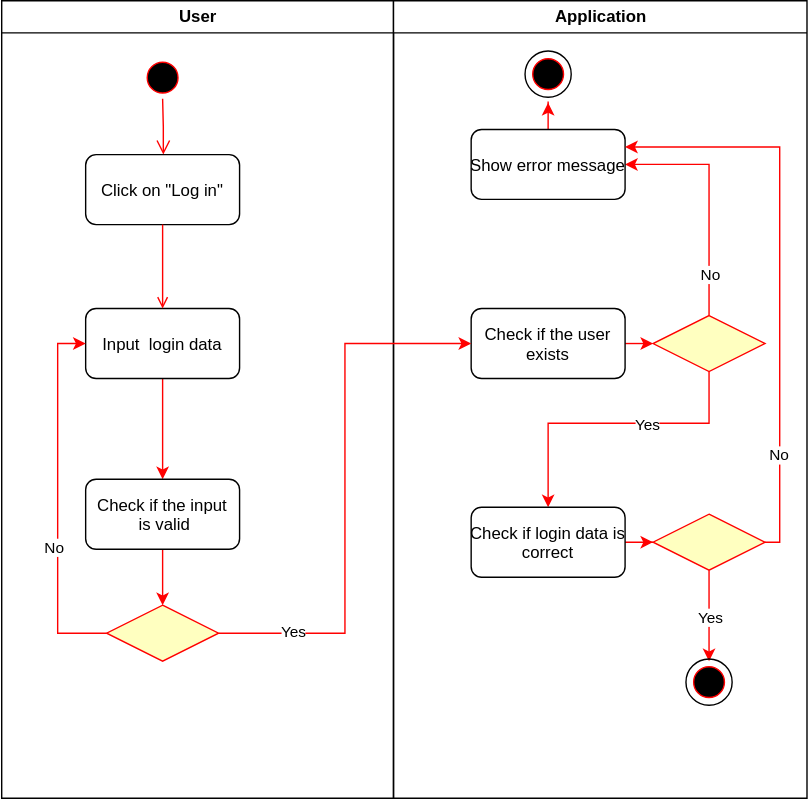
Above: Documentation/diagrams/Login_Activity_Diagram.svg in SE-TINF22B6/Statify (draw.io), before the change. Source tidied: cells renumbered, new cells last; positions are measured from the earlier drawing's top-left corner, leaving out a move shared by most shapes.
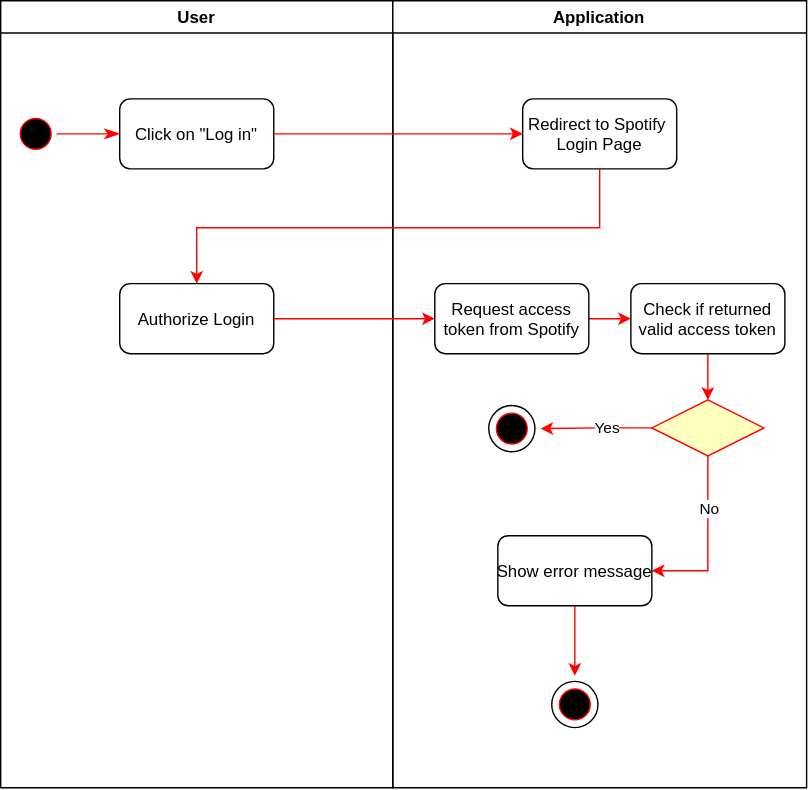
The same diagram one commit later.

Diff of the diagram source:
```diff
@@ -1,124 +1,48 @@
-<mxGraphModel>
+<mxGraphModel background="#ffffff">
   <root>
     <mxCell id="0" />
     <mxCell id="1" parent="0" />
     <mxCell id="2" value="User" style="swimlane;whiteSpace=wrap;" parent="1" vertex="1">
-      <mxGeometry x="0.5" width="280" height="570" as="geometry" />
+      <mxGeometry x="0.5" width="280" height="562" as="geometry" />
     </mxCell>
     <mxCell id="3" style="ellipse;shape=startState;fillColor=#000000;strokeColor=#ff0000;" parent="2" vertex="1">
-      <mxGeometry x="100" y="40" width="30" height="30" as="geometry" />
+      <mxGeometry x="10" y="80" width="30" height="30" as="geometry" />
     </mxCell>
-    <mxCell id="4" style="edgeStyle=elbowEdgeStyle;elbow=horizontal;verticalAlign=bottom;endArrow=open;endSize=8;strokeColor=#FF0000;endFill=1;rounded=0;" parent="2" edge="1" source="3" target="5">
+    <mxCell id="4" style="edgeStyle=elbowEdgeStyle;elbow=horizontal;verticalAlign=bottom;endArrow=classicThin;endSize=8;strokeColor=#FF0000;endFill=1;rounded=0;" parent="2" edge="1" source="3" target="5">
       <mxGeometry x="100" y="40" as="geometry" />
     </mxCell>
     <mxCell id="5" value="Click on &quot;Log in&quot;" style="rounded=1;" parent="2" vertex="1">
-      <mxGeometry x="60" y="110" width="110" height="50" as="geometry" />
+      <mxGeometry x="85" y="70" width="110" height="50" as="geometry" />
     </mxCell>
-    <mxCell id="6" style="edgeStyle=orthogonalEdgeStyle;rounded=0;jettySize=auto;html=1;exitX=0.5;exitY=1;exitDx=0;exitDy=0;entryX=0.5;entryY=0;entryDx=0;entryDy=0;strokeColor=#ff0000;" parent="2" edge="1" source="7" target="10">
-      <mxGeometry relative="1" as="geometry" />
-    </mxCell>
-    <mxCell id="7" value="Input  login data" style="rounded=1;" parent="2" vertex="1">
-      <mxGeometry x="60" y="220" width="110" height="50" as="geometry" />
-    </mxCell>
-    <mxCell id="8" style="endArrow=open;strokeColor=#FF0000;endFill=1;rounded=0;" parent="2" edge="1" source="5" target="7">
-      <mxGeometry relative="1" as="geometry" />
-    </mxCell>
-    <mxCell id="9" style="edgeStyle=orthogonalEdgeStyle;rounded=0;jettySize=auto;html=1;exitX=0.5;exitY=1;exitDx=0;exitDy=0;entryX=0.5;entryY=0;entryDx=0;entryDy=0;strokeColor=#ff0000;" parent="2" edge="1" source="10" target="13">
-      <mxGeometry relative="1" as="geometry" />
-    </mxCell>
-    <mxCell id="10" value="Check if the input&#10; is valid" style="rounded=1;" parent="2" vertex="1">
-      <mxGeometry x="60" y="342" width="110" height="50" as="geometry" />
-    </mxCell>
-    <mxCell id="11" style="edgeStyle=orthogonalEdgeStyle;rounded=0;orthogonalLoop=1;jettySize=auto;html=1;entryX=0;entryY=0.5;entryDx=0;entryDy=0;strokeColor=#ff0000;" parent="2" edge="1">
-      <mxGeometry relative="1" as="geometry">
-        <mxPoint x="75" y="452" as="sourcePoint" />
-        <mxPoint x="60" y="245" as="targetPoint" />
-        <Array as="points">
-          <mxPoint x="40" y="452" />
-          <mxPoint x="40" y="245" />
-        </Array>
-      </mxGeometry>
-    </mxCell>
-    <mxCell id="12" value="No" style="edgeLabel;html=1;align=center;verticalAlign=middle;" parent="11" vertex="1">
-      <mxGeometry x="-0.26" y="3" relative="1" as="geometry" />
-    </mxCell>
-    <mxCell id="13" style="rhombus;fillColor=#ffffc0;strokeColor=#ff0000;" parent="2" vertex="1">
-      <mxGeometry x="75" y="432" width="80" height="40" as="geometry" />
-    </mxCell>
+    <mxCell id="39" value="Authorize Login" style="rounded=1;" parent="2" vertex="1">
+      <mxGeometry x="85" y="202" width="110" height="50" as="geometry" />
+    </mxCell>
     <mxCell id="14" value="Application" style="swimlane;whiteSpace=wrap;" parent="1" vertex="1">
-      <mxGeometry x="280.5" width="295.5" height="570" as="geometry" />
+      <mxGeometry x="280.5" width="295.5" height="562" as="geometry" />
     </mxCell>
-    <mxCell id="15" style="edgeStyle=orthogonalEdgeStyle;rounded=0;jettySize=auto;html=1;exitX=1;exitY=0.5;exitDx=0;exitDy=0;entryX=0;entryY=0.5;entryDx=0;entryDy=0;strokeColor=#ff0000;" parent="14" edge="1" source="16" target="21">
-      <mxGeometry relative="1" as="geometry" />
-    </mxCell>
-    <mxCell id="16" value="Check if the user &#10;exists" style="rounded=1;" parent="14" vertex="1">
-      <mxGeometry x="55.5" y="220" width="110" height="50" as="geometry" />
-    </mxCell>
-    <mxCell id="17" style="edgeStyle=orthogonalEdgeStyle;rounded=0;jettySize=auto;html=1;exitX=0.5;exitY=0;exitDx=0;exitDy=0;entryX=1;entryY=0.5;entryDx=0;entryDy=0;strokeColor=#ff0000;" parent="14" edge="1" source="21" target="23">
-      <mxGeometry relative="1" as="geometry" />
+    <mxCell id="17" style="edgeStyle=orthogonalEdgeStyle;rounded=0;jettySize=auto;html=1;exitX=0.5;exitY=1;exitDx=0;exitDy=0;entryX=1;entryY=0.5;entryDx=0;entryDy=0;strokeColor=#ff0000;" parent="14" edge="1" source="46" target="23">
+      <mxGeometry relative="1" as="geometry">
+        <Array as="points">
+          <mxPoint x="225" y="407" />
+        </Array>
+      </mxGeometry>
     </mxCell>
     <mxCell id="18" value="No" style="edgeLabel;html=1;align=center;verticalAlign=middle;" parent="17" vertex="1">
-      <mxGeometry x="-0.64" relative="1" as="geometry" />
+      <mxGeometry x="-0.64" relative="1" as="geometry">
+        <mxPoint y="15" as="offset" />
+      </mxGeometry>
     </mxCell>
-    <mxCell id="19" style="edgeStyle=orthogonalEdgeStyle;rounded=0;jettySize=auto;html=1;entryX=0.5;entryY=0;entryDx=0;entryDy=0;strokeColor=#ff0000;" parent="14" edge="1" source="21" target="25">
-      <mxGeometry relative="1" as="geometry">
-        <Array as="points">
-          <mxPoint x="226" y="302" />
-          <mxPoint x="111" y="302" />
-        </Array>
-      </mxGeometry>
-    </mxCell>
-    <mxCell id="20" value="Yes" style="edgeLabel;html=1;align=center;verticalAlign=middle;" parent="19" vertex="1">
-      <mxGeometry x="-0.22" relative="1" as="geometry" />
-    </mxCell>
-    <mxCell id="21" style="rhombus;fillColor=#ffffc0;strokeColor=#ff0000;" parent="14" vertex="1">
-      <mxGeometry x="185.5" y="225" width="80" height="40" as="geometry" />
-    </mxCell>
     <mxCell id="22" style="edgeStyle=orthogonalEdgeStyle;rounded=0;jettySize=auto;html=1;strokeColor=#ff0000;" parent="14" edge="1" source="23" target="35">
       <mxGeometry relative="1" as="geometry" />
     </mxCell>
     <mxCell id="23" value="Show error message" style="rounded=1;" parent="14" vertex="1">
-      <mxGeometry x="55.5" y="92" width="110" height="50" as="geometry" />
+      <mxGeometry x="75" y="382" width="110" height="50" as="geometry" />
     </mxCell>
-    <mxCell id="24" style="edgeStyle=orthogonalEdgeStyle;rounded=0;jettySize=auto;html=1;fontColor=#ff0000;strokeColor=#ff0000;" parent="14" edge="1" source="25" target="30">
-      <mxGeometry relative="1" as="geometry" />
-    </mxCell>
-    <mxCell id="25" value="Check if login data is&#10;correct" style="rounded=1;" parent="14" vertex="1">
-      <mxGeometry x="55.5" y="362" width="110" height="50" as="geometry" />
-    </mxCell>
-    <mxCell id="26" style="edgeStyle=orthogonalEdgeStyle;rounded=0;jettySize=auto;html=1;exitX=0.5;exitY=1;exitDx=0;exitDy=0;strokeColor=#ff0000;" parent="14" edge="1" source="30">
-      <mxGeometry relative="1" as="geometry">
-        <mxPoint x="225.5" y="472" as="targetPoint" />
-      </mxGeometry>
-    </mxCell>
-    <mxCell id="27" value="Yes" style="edgeLabel;html=1;align=center;verticalAlign=middle;" parent="26" vertex="1">
-      <mxGeometry x="0.03" relative="1" as="geometry" />
-    </mxCell>
-    <mxCell id="28" style="edgeStyle=orthogonalEdgeStyle;rounded=0;jettySize=auto;html=1;entryX=1;entryY=0.25;entryDx=0;entryDy=0;strokeColor=#ff0000;" parent="14" edge="1" source="30" target="23">
-      <mxGeometry relative="1" as="geometry">
-        <Array as="points">
-          <mxPoint x="276" y="387" />
-          <mxPoint x="276" y="104" />
-        </Array>
-      </mxGeometry>
+    <mxCell id="28" style="edgeStyle=orthogonalEdgeStyle;rounded=0;jettySize=auto;html=1;strokeColor=#ff0000;entryX=0.5;entryY=0;entryDx=0;entryDy=0;" parent="14" edge="1" source="43" target="46">
+      <mxGeometry relative="1" as="geometry" />
     </mxCell>
-    <mxCell id="29" value="No" style="edgeLabel;html=1;align=center;verticalAlign=middle;" parent="28" vertex="1">
-      <mxGeometry x="-0.64" y="1" relative="1" as="geometry" />
-    </mxCell>
-    <mxCell id="30" style="rhombus;fillColor=#ffffc0;strokeColor=#ff0000;" parent="14" vertex="1">
-      <mxGeometry x="185.5" y="367" width="80" height="40" as="geometry" />
-    </mxCell>
-    <mxCell id="31" style="group;" parent="14" vertex="1">
-      <mxGeometry x="205" y="466.5" width="41" height="41" as="geometry" />
-    </mxCell>
-    <mxCell id="32" style="ellipse;shape=startState;fillColor=none;strokeColor=#000000;" parent="31" vertex="1">
-      <mxGeometry width="41" height="41" as="geometry" />
-    </mxCell>
-    <mxCell id="33" style="ellipse;shape=startState;fillColor=#000000;strokeColor=#ff0000;" parent="31" vertex="1">
-      <mxGeometry x="5.5" y="5.5" width="30" height="30" as="geometry" />
-    </mxCell>
     <mxCell id="34" style="group;" parent="14" vertex="1">
-      <mxGeometry x="90" y="32" width="41" height="41" as="geometry" />
+      <mxGeometry x="109.5" y="482" width="41" height="41" as="geometry" />
     </mxCell>
     <mxCell id="35" style="ellipse;shape=startState;fillColor=none;strokeColor=#000000;" parent="34" vertex="1">
       <mxGeometry width="41" height="41" as="geometry" />
@@ -126,13 +50,49 @@
     <mxCell id="36" style="ellipse;shape=startState;fillColor=#000000;strokeColor=#ff0000;" parent="34" vertex="1">
       <mxGeometry x="5.5" y="5.5" width="30" height="30" as="geometry" />
     </mxCell>
-    <mxCell id="37" style="edgeStyle=orthogonalEdgeStyle;rounded=0;jettySize=auto;html=1;entryX=0;entryY=0.5;entryDx=0;entryDy=0;strokeColor=#ff0000;" parent="1" edge="1" source="13" target="16">
-      <mxGeometry relative="1" as="geometry" />
-    </mxCell>
-    <mxCell id="38" value="Yes" style="edgeLabel;html=1;align=center;verticalAlign=middle;" parent="37" vertex="1">
-      <mxGeometry x="-0.62" y="3" relative="1" as="geometry">
-        <mxPoint x="-21" y="1" as="offset" />
-      </mxGeometry>
-    </mxCell>
+    <mxCell id="40" value="Redirect to Spotify &#10;Login Page" style="rounded=1;" parent="14" vertex="1">
+      <mxGeometry x="92.8" y="70" width="110" height="50" as="geometry" />
+    </mxCell>
+    <mxCell id="41" style="edgeStyle=orthogonalEdgeStyle;rounded=0;jettySize=auto;html=1;strokeColor=#FF0000;" parent="14" edge="1" source="42" target="43">
+      <mxGeometry relative="1" as="geometry" />
+    </mxCell>
+    <mxCell id="42" value="Request access&#10;token from Spotify" style="rounded=1;" parent="14" vertex="1">
+      <mxGeometry x="30" y="202" width="110" height="50" as="geometry" />
+    </mxCell>
+    <mxCell id="43" value="Check if returned&#10;valid access token" style="rounded=1;" parent="14" vertex="1">
+      <mxGeometry x="170" y="202" width="110" height="50" as="geometry" />
+    </mxCell>
+    <mxCell id="44" style="edgeStyle=orthogonalEdgeStyle;rounded=0;jettySize=auto;html=1;strokeColor=#FF0000;entryX=1;entryY=0.5;entryDx=0;entryDy=0;" parent="14" edge="1" source="46" target="32">
+      <mxGeometry relative="1" as="geometry" />
+    </mxCell>
+    <mxCell id="45" value="Yes" style="edgeLabel;html=1;align=center;verticalAlign=middle;" parent="44" vertex="1">
+      <mxGeometry x="-0.18" y="-1" relative="1" as="geometry" />
+    </mxCell>
+    <mxCell id="46" style="rhombus;fillColor=#ffffc0;strokeColor=#ff0000;" parent="14" vertex="1">
+      <mxGeometry x="185" y="285" width="80" height="40" as="geometry" />
+    </mxCell>
+    <mxCell id="47" style="group;" parent="14" vertex="1">
+      <mxGeometry x="64.5" y="285" width="41" height="41" as="geometry" />
+    </mxCell>
+    <mxCell id="32" style="ellipse;shape=startState;fillColor=none;strokeColor=#000000;" parent="47" vertex="1">
+      <mxGeometry width="41" height="41" as="geometry" />
+    </mxCell>
+    <mxCell id="33" style="ellipse;shape=startState;fillColor=#000000;strokeColor=#ff0000;" parent="47" vertex="1">
+      <mxGeometry x="5.5" y="5.5" width="30" height="30" as="geometry" />
+    </mxCell>
+    <mxCell id="48" style="edgeStyle=orthogonalEdgeStyle;rounded=0;jettySize=auto;html=1;entryX=0;entryY=0.5;entryDx=0;entryDy=0;strokeColor=#FF0000;" parent="1" edge="1" source="5" target="40">
+      <mxGeometry relative="1" as="geometry" />
+    </mxCell>
+    <mxCell id="49" style="edgeStyle=orthogonalEdgeStyle;rounded=0;jettySize=auto;html=1;entryX=0.5;entryY=0;entryDx=0;entryDy=0;strokeColor=#FF0000;" parent="1" edge="1" source="40" target="39">
+      <mxGeometry relative="1" as="geometry">
+        <Array as="points">
+          <mxPoint x="428.5" y="162" />
+          <mxPoint x="140.5" y="162" />
+        </Array>
+      </mxGeometry>
+    </mxCell>
+    <mxCell id="50" style="edgeStyle=orthogonalEdgeStyle;rounded=0;jettySize=auto;html=1;entryX=0;entryY=0.5;entryDx=0;entryDy=0;strokeColor=#FF0000;" parent="1" edge="1" source="39" target="42">
+      <mxGeometry relative="1" as="geometry" />
+    </mxCell>
   </root>
 </mxGraphModel>
```
